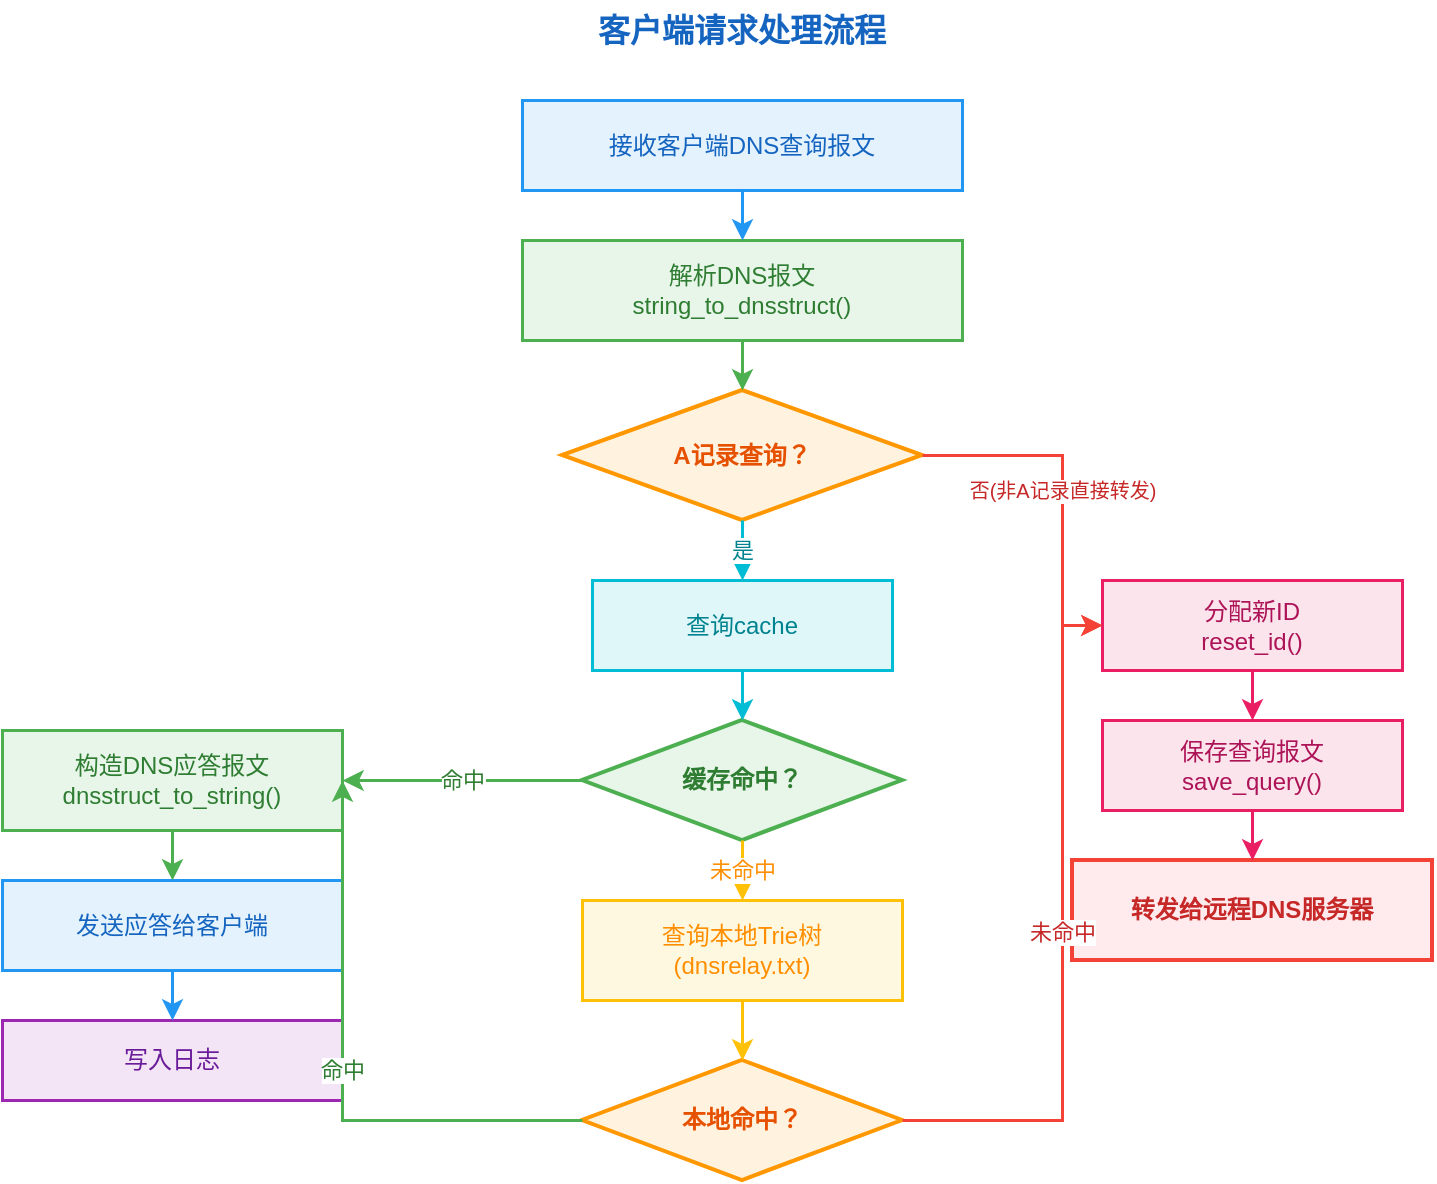
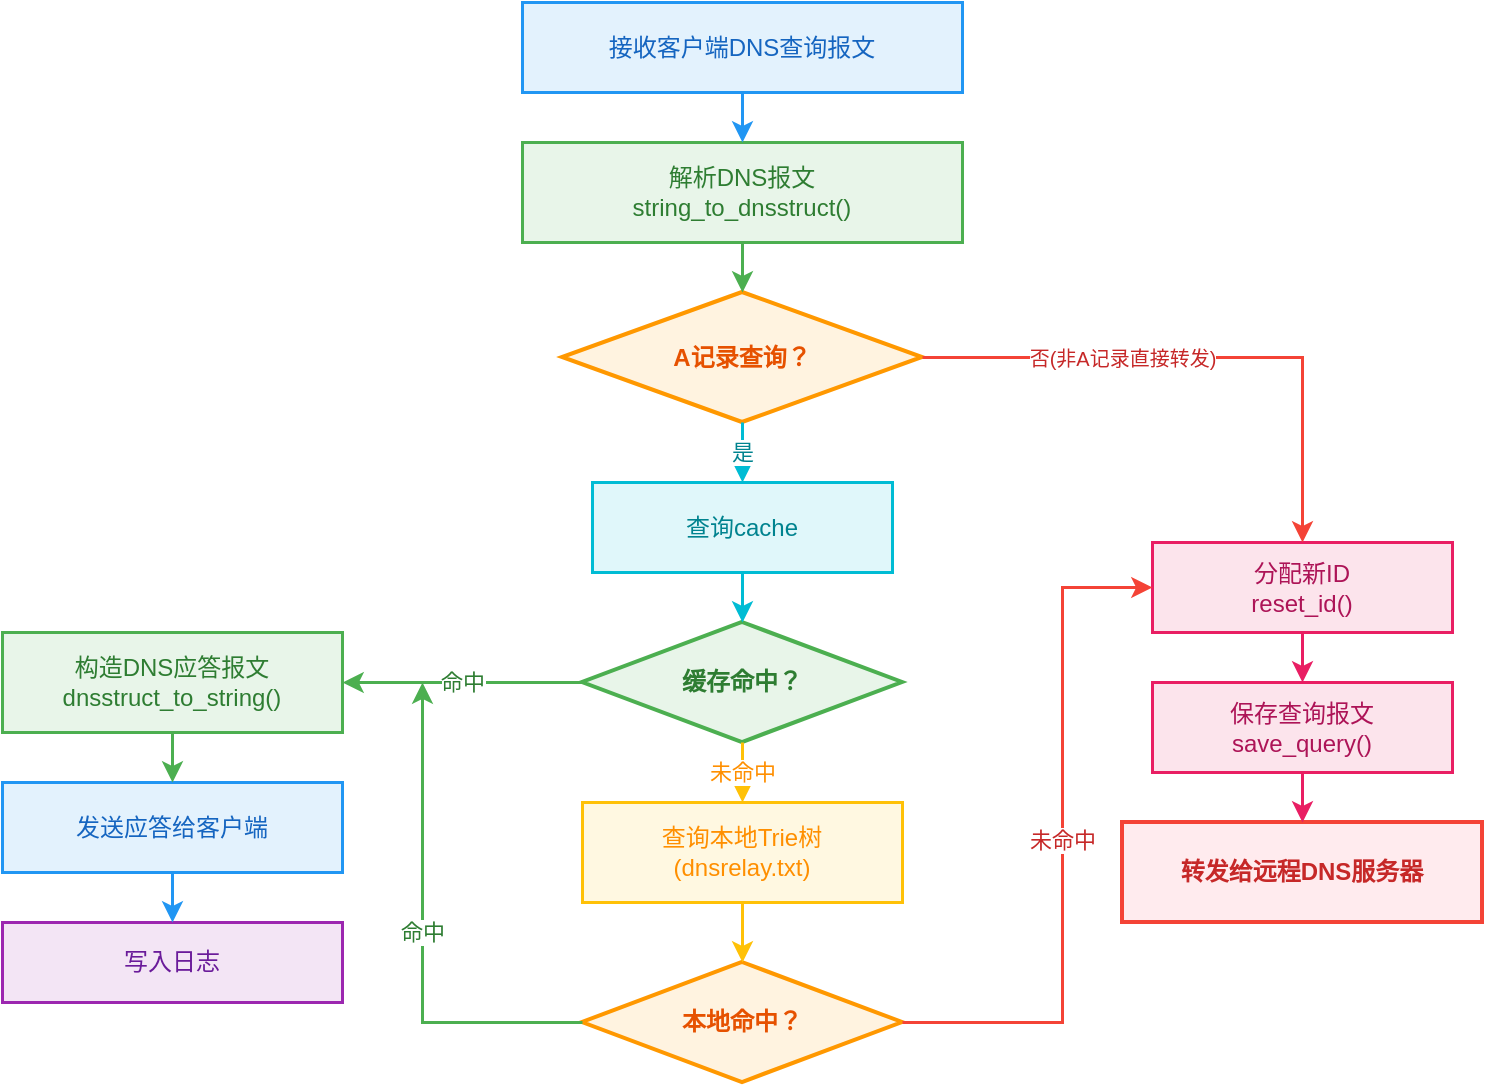
<mxfile host="app.diagrams.net">
  <diagram name="第 1 页" id="SkoqE08RwlAOn17_IyKS">
-     <mxGraphModel dx="975" dy="1765" grid="1" gridSize="10" guides="1" tooltips="1" connect="1" arrows="1" fold="1" page="1" pageScale="1" pageWidth="827" pageHeight="1169" math="0" shadow="0">
+     <mxGraphModel dx="1029" dy="629" grid="1" gridSize="10" guides="1" tooltips="1" connect="1" arrows="1" fold="1" page="1" pageScale="1" pageWidth="827" pageHeight="1169" math="0" shadow="0">
      <root>
        <mxCell id="0" />
        <mxCell id="1" parent="0" />
- 
-         <!-- 标题 -->
-         <mxCell id="L9odGmSbxvGLxKcXGjxZ-1" parent="1" style="text;html=1;strokeColor=none;fillColor=none;align=center;verticalAlign=middle;whiteSpace=wrap;rounded=0;fontSize=16;fontStyle=1;fontColor=#1565C0;" value="客户端请求处理流程" vertex="1">
-           <mxGeometry height="30" width="300" x="450" y="20" as="geometry" />
-         </mxCell>
- 
-         <!-- 主流程：中间列 -->
        <mxCell id="L9odGmSbxvGLxKcXGjxZ-2" parent="1" style="rounded=0;whiteSpace=wrap;html=1;fillColor=#E3F2FD;strokeColor=#2196F3;strokeWidth=1.5;fontColor=#1565C0;fontSize=12;" value="接收客户端DNS查询报文" vertex="1">
          <mxGeometry height="45" width="220" x="490" y="70" as="geometry" />
        </mxCell>
- 
        <mxCell id="L9odGmSbxvGLxKcXGjxZ-3" parent="1" style="rounded=0;whiteSpace=wrap;html=1;fillColor=#E8F5E9;strokeColor=#4CAF50;strokeWidth=1.5;fontColor=#2E7D32;fontSize=12;" value="解析DNS报文&#xa;string_to_dnsstruct()" vertex="1">
          <mxGeometry height="50" width="220" x="490" y="140" as="geometry" />
        </mxCell>
- 
        <mxCell id="L9odGmSbxvGLxKcXGjxZ-30" parent="1" style="rhombus;whiteSpace=wrap;html=1;fillColor=#FFF3E0;strokeColor=#FF9800;strokeWidth=2;fontColor=#E65100;fontSize=12;fontStyle=1;" value="A记录查询？" vertex="1">
          <mxGeometry height="65" width="180" x="510" y="215" as="geometry" />
        </mxCell>
- 
        <mxCell id="L9odGmSbxvGLxKcXGjxZ-56" parent="1" style="rounded=0;whiteSpace=wrap;html=1;fillColor=#E0F7FA;strokeColor=#00BCD4;strokeWidth=1.5;fontColor=#00838F;fontSize=12;" value="查询cache" vertex="1">
          <mxGeometry height="45" width="150" x="525" y="310" as="geometry" />
        </mxCell>
- 
        <mxCell id="L9odGmSbxvGLxKcXGjxZ-57" parent="1" style="rhombus;whiteSpace=wrap;html=1;fillColor=#E8F5E9;strokeColor=#4CAF50;strokeWidth=2;fontColor=#2E7D32;fontSize=12;fontStyle=1;" value="缓存命中？" vertex="1">
          <mxGeometry height="60" width="160" x="520" y="380" as="geometry" />
        </mxCell>
- 
        <mxCell id="L9odGmSbxvGLxKcXGjxZ-58" parent="1" style="rounded=0;whiteSpace=wrap;html=1;fillColor=#FFF8E1;strokeColor=#FFC107;strokeWidth=1.5;fontColor=#FF8F00;fontSize=12;" value="查询本地Trie树&#xa;(dnsrelay.txt)" vertex="1">
          <mxGeometry height="50" width="160" x="520" y="470" as="geometry" />
        </mxCell>
- 
        <mxCell id="L9odGmSbxvGLxKcXGjxZ-62" parent="1" style="rhombus;whiteSpace=wrap;html=1;fillColor=#FFF3E0;strokeColor=#FF9800;strokeWidth=2;fontColor=#E65100;fontSize=12;fontStyle=1;" value="本地命中？" vertex="1">
          <mxGeometry height="60" width="160" x="520" y="550" as="geometry" />
        </mxCell>
- 
-         <!-- 左列：命中分支 -->
        <mxCell id="L9odGmSbxvGLxKcXGjxZ-35" parent="1" style="rounded=0;whiteSpace=wrap;html=1;fillColor=#E8F5E9;strokeColor=#4CAF50;strokeWidth=1.5;fontColor=#2E7D32;fontSize=12;" value="构造DNS应答报文&#xa;dnsstruct_to_string()" vertex="1">
          <mxGeometry height="50" width="170" x="230" y="385" as="geometry" />
        </mxCell>
- 
        <mxCell id="L9odGmSbxvGLxKcXGjxZ-36" parent="1" style="rounded=0;whiteSpace=wrap;html=1;fillColor=#E3F2FD;strokeColor=#2196F3;strokeWidth=1.5;fontColor=#1565C0;fontSize=12;" value="发送应答给客户端" vertex="1">
          <mxGeometry height="45" width="170" x="230" y="460" as="geometry" />
        </mxCell>
- 
        <mxCell id="L9odGmSbxvGLxKcXGjxZ-37" parent="1" style="rounded=0;whiteSpace=wrap;html=1;fillColor=#F3E5F5;strokeColor=#9C27B0;strokeWidth=1.5;fontColor=#6A1B9A;fontSize=12;" value="写入日志" vertex="1">
          <mxGeometry height="40" width="170" x="230" y="530" as="geometry" />
        </mxCell>
- 
-         <!-- 右列：转发分支 -->
        <mxCell id="L9odGmSbxvGLxKcXGjxZ-38" parent="1" style="rounded=0;whiteSpace=wrap;html=1;fillColor=#FCE4EC;strokeColor=#E91E63;strokeWidth=1.5;fontColor=#AD1457;fontSize=12;" value="分配新ID&#xa;reset_id()" vertex="1">
-           <mxGeometry height="45" width="150" x="780" y="310" as="geometry" />
+           <mxGeometry height="45" width="150" x="805" y="340" as="geometry" />
        </mxCell>
- 
        <mxCell id="L9odGmSbxvGLxKcXGjxZ-39" parent="1" style="rounded=0;whiteSpace=wrap;html=1;fillColor=#FCE4EC;strokeColor=#E91E63;strokeWidth=1.5;fontColor=#AD1457;fontSize=12;" value="保存查询报文&#xa;save_query()" vertex="1">
-           <mxGeometry height="45" width="150" x="780" y="380" as="geometry" />
+           <mxGeometry height="45" width="150" x="805" y="410" as="geometry" />
        </mxCell>
- 
-         <!-- 新增：转发给远程DNS服务器 -->
        <mxCell id="forward_dns" parent="1" style="rounded=0;whiteSpace=wrap;html=1;fillColor=#FFEBEE;strokeColor=#F44336;strokeWidth=2;fontColor=#C62828;fontSize=12;fontStyle=1;" value="转发给远程DNS服务器" vertex="1">
-           <mxGeometry height="50" width="180" x="765" y="450" as="geometry" />
+           <mxGeometry height="50" width="180" x="790" y="480" as="geometry" />
        </mxCell>
- 
-         <!-- 连接线：主流程纵向 -->
-         <mxCell id="e1" edge="1" parent="1" source="L9odGmSbxvGLxKcXGjxZ-2" target="L9odGmSbxvGLxKcXGjxZ-3" style="edgeStyle=orthogonalEdgeStyle;rounded=0;orthogonalLoop=1;jettySize=auto;html=1;strokeColor=#2196F3;strokeWidth=1.5;endArrow=classic;endFill=1;">
+         <mxCell id="e1" edge="1" parent="1" source="L9odGmSbxvGLxKcXGjxZ-2" style="edgeStyle=orthogonalEdgeStyle;rounded=0;orthogonalLoop=1;jettySize=auto;html=1;strokeColor=#2196F3;strokeWidth=1.5;endArrow=classic;endFill=1;" target="L9odGmSbxvGLxKcXGjxZ-3">
          <mxGeometry relative="1" as="geometry" />
        </mxCell>
- 
-         <mxCell id="e2" edge="1" parent="1" source="L9odGmSbxvGLxKcXGjxZ-3" target="L9odGmSbxvGLxKcXGjxZ-30" style="edgeStyle=orthogonalEdgeStyle;rounded=0;orthogonalLoop=1;jettySize=auto;html=1;strokeColor=#4CAF50;strokeWidth=1.5;endArrow=classic;endFill=1;">
+         <mxCell id="e2" edge="1" parent="1" source="L9odGmSbxvGLxKcXGjxZ-3" style="edgeStyle=orthogonalEdgeStyle;rounded=0;orthogonalLoop=1;jettySize=auto;html=1;strokeColor=#4CAF50;strokeWidth=1.5;endArrow=classic;endFill=1;" target="L9odGmSbxvGLxKcXGjxZ-30">
          <mxGeometry relative="1" as="geometry" />
        </mxCell>
- 
-         <!-- A记录是 → 查询cache -->
-         <mxCell id="e3" edge="1" parent="1" source="L9odGmSbxvGLxKcXGjxZ-30" target="L9odGmSbxvGLxKcXGjxZ-56" style="edgeStyle=orthogonalEdgeStyle;rounded=0;orthogonalLoop=1;jettySize=auto;html=1;strokeColor=#00BCD4;strokeWidth=1.5;endArrow=classic;endFill=1;fontSize=11;fontColor=#00838F;" value="是">
+         <mxCell id="e3" edge="1" parent="1" source="L9odGmSbxvGLxKcXGjxZ-30" style="edgeStyle=orthogonalEdgeStyle;rounded=0;orthogonalLoop=1;jettySize=auto;html=1;strokeColor=#00BCD4;strokeWidth=1.5;endArrow=classic;endFill=1;fontSize=11;fontColor=#00838F;" target="L9odGmSbxvGLxKcXGjxZ-56" value="是">
          <mxGeometry relative="1" as="geometry" />
        </mxCell>
- 
-         <!-- A记录否 → 分配新ID（右路） -->
-         <mxCell id="e4" edge="1" parent="1" source="L9odGmSbxvGLxKcXGjxZ-30" target="L9odGmSbxvGLxKcXGjxZ-38" style="edgeStyle=orthogonalEdgeStyle;rounded=0;orthogonalLoop=1;jettySize=auto;html=1;strokeColor=#F44336;strokeWidth=1.5;endArrow=classic;endFill=1;fontSize=10;fontColor=#C62828;exitX=1;exitY=0.5;exitDx=0;exitDy=0;entryX=0;entryY=0.5;entryDx=0;entryDy=0;" value="否(非A记录直接转发)">
-           <mxGeometry relative="1" as="geometry">
+         <mxCell id="e4" edge="1" parent="1" source="L9odGmSbxvGLxKcXGjxZ-30" style="edgeStyle=orthogonalEdgeStyle;rounded=0;orthogonalLoop=1;jettySize=auto;html=1;strokeColor=#F44336;strokeWidth=1.5;endArrow=classic;endFill=1;fontSize=10;fontColor=#C62828;exitX=1;exitY=0.5;exitDx=0;exitDy=0;entryX=0.5;entryY=0;entryDx=0;entryDy=0;" target="L9odGmSbxvGLxKcXGjxZ-38" value="否(非A记录直接转发)">
+           <mxGeometry relative="1" x="-0.2919" as="geometry">
+             <mxPoint as="offset" />
            <Array as="points">
-               <mxPoint x="760" y="247" />
+               <mxPoint x="880" y="248" />
            </Array>
          </mxGeometry>
        </mxCell>
- 
-         <!-- 查询cache → 缓存命中？ -->
-         <mxCell id="e5" edge="1" parent="1" source="L9odGmSbxvGLxKcXGjxZ-56" target="L9odGmSbxvGLxKcXGjxZ-57" style="edgeStyle=orthogonalEdgeStyle;rounded=0;orthogonalLoop=1;jettySize=auto;html=1;strokeColor=#00BCD4;strokeWidth=1.5;endArrow=classic;endFill=1;">
+         <mxCell id="e5" edge="1" parent="1" source="L9odGmSbxvGLxKcXGjxZ-56" style="edgeStyle=orthogonalEdgeStyle;rounded=0;orthogonalLoop=1;jettySize=auto;html=1;strokeColor=#00BCD4;strokeWidth=1.5;endArrow=classic;endFill=1;" target="L9odGmSbxvGLxKcXGjxZ-57">
          <mxGeometry relative="1" as="geometry" />
        </mxCell>
- 
-         <!-- 缓存命中 → 构造应答（左路） -->
-         <mxCell id="e6" edge="1" parent="1" source="L9odGmSbxvGLxKcXGjxZ-57" target="L9odGmSbxvGLxKcXGjxZ-35" style="edgeStyle=orthogonalEdgeStyle;rounded=0;orthogonalLoop=1;jettySize=auto;html=1;strokeColor=#4CAF50;strokeWidth=1.5;endArrow=classic;endFill=1;fontSize=11;fontColor=#2E7D32;exitX=0;exitY=0.5;exitDx=0;exitDy=0;entryX=1;entryY=0.5;entryDx=0;entryDy=0;" value="命中">
+         <mxCell id="e6" edge="1" parent="1" source="L9odGmSbxvGLxKcXGjxZ-57" style="edgeStyle=orthogonalEdgeStyle;rounded=0;orthogonalLoop=1;jettySize=auto;html=1;strokeColor=#4CAF50;strokeWidth=1.5;endArrow=classic;endFill=1;fontSize=11;fontColor=#2E7D32;exitX=0;exitY=0.5;exitDx=0;exitDy=0;entryX=1;entryY=0.5;entryDx=0;entryDy=0;" target="L9odGmSbxvGLxKcXGjxZ-35" value="命中">
          <mxGeometry relative="1" as="geometry">
            <Array as="points">
              <mxPoint x="400" y="410" />
            </Array>
          </mxGeometry>
        </mxCell>
- 
-         <!-- 缓存未命中 → 查询本地Trie树 -->
-         <mxCell id="e7" edge="1" parent="1" source="L9odGmSbxvGLxKcXGjxZ-57" target="L9odGmSbxvGLxKcXGjxZ-58" style="edgeStyle=orthogonalEdgeStyle;rounded=0;orthogonalLoop=1;jettySize=auto;html=1;strokeColor=#FFC107;strokeWidth=1.5;endArrow=classic;endFill=1;fontSize=11;fontColor=#FF8F00;" value="未命中">
+         <mxCell id="e7" edge="1" parent="1" source="L9odGmSbxvGLxKcXGjxZ-57" style="edgeStyle=orthogonalEdgeStyle;rounded=0;orthogonalLoop=1;jettySize=auto;html=1;strokeColor=#FFC107;strokeWidth=1.5;endArrow=classic;endFill=1;fontSize=11;fontColor=#FF8F00;" target="L9odGmSbxvGLxKcXGjxZ-58" value="未命中">
          <mxGeometry relative="1" as="geometry" />
        </mxCell>
- 
-         <!-- 查询本地Trie树 → 本地命中？ -->
-         <mxCell id="e8" edge="1" parent="1" source="L9odGmSbxvGLxKcXGjxZ-58" target="L9odGmSbxvGLxKcXGjxZ-62" style="edgeStyle=orthogonalEdgeStyle;rounded=0;orthogonalLoop=1;jettySize=auto;html=1;strokeColor=#FFC107;strokeWidth=1.5;endArrow=classic;endFill=1;">
+         <mxCell id="e8" edge="1" parent="1" source="L9odGmSbxvGLxKcXGjxZ-58" style="edgeStyle=orthogonalEdgeStyle;rounded=0;orthogonalLoop=1;jettySize=auto;html=1;strokeColor=#FFC107;strokeWidth=1.5;endArrow=classic;endFill=1;" target="L9odGmSbxvGLxKcXGjxZ-62">
          <mxGeometry relative="1" as="geometry" />
        </mxCell>
- 
-         <!-- 本地命中 → 构造应答（左路） -->
-         <mxCell id="e9" edge="1" parent="1" source="L9odGmSbxvGLxKcXGjxZ-62" target="L9odGmSbxvGLxKcXGjxZ-35" style="edgeStyle=orthogonalEdgeStyle;rounded=0;orthogonalLoop=1;jettySize=auto;html=1;strokeColor=#4CAF50;strokeWidth=1.5;endArrow=classic;endFill=1;fontSize=11;fontColor=#2E7D32;exitX=0;exitY=0.5;exitDx=0;exitDy=0;entryX=1;entryY=0.5;entryDx=0;entryDy=0;" value="命中">
+         <mxCell id="e9" edge="1" parent="1" style="edgeStyle=orthogonalEdgeStyle;rounded=0;orthogonalLoop=1;jettySize=auto;html=1;strokeColor=#4CAF50;strokeWidth=1.5;endArrow=classic;endFill=1;fontSize=11;fontColor=#2E7D32;entryX=1;entryY=0.5;entryDx=0;entryDy=0;" value="命中">
          <mxGeometry relative="1" as="geometry">
            <Array as="points">
-               <mxPoint x="400" y="580" />
+               <mxPoint x="440" y="580" />
            </Array>
+             <mxPoint x="520" y="580" as="sourcePoint" />
+             <mxPoint x="440.0000000000002" y="410" as="targetPoint" />
          </mxGeometry>
        </mxCell>
- 
-         <!-- 本地未命中 → 分配新ID（右路） -->
-         <mxCell id="e10" edge="1" parent="1" source="L9odGmSbxvGLxKcXGjxZ-62" target="L9odGmSbxvGLxKcXGjxZ-38" style="edgeStyle=orthogonalEdgeStyle;rounded=0;orthogonalLoop=1;jettySize=auto;html=1;strokeColor=#F44336;strokeWidth=1.5;endArrow=classic;endFill=1;fontSize=11;fontColor=#C62828;exitX=1;exitY=0.5;exitDx=0;exitDy=0;entryX=0;entryY=0.5;entryDx=0;entryDy=0;" value="未命中">
+         <mxCell id="e10" edge="1" parent="1" source="L9odGmSbxvGLxKcXGjxZ-62" style="edgeStyle=orthogonalEdgeStyle;rounded=0;orthogonalLoop=1;jettySize=auto;html=1;strokeColor=#F44336;strokeWidth=1.5;endArrow=classic;endFill=1;fontSize=11;fontColor=#C62828;exitX=1;exitY=0.5;exitDx=0;exitDy=0;entryX=0;entryY=0.5;entryDx=0;entryDy=0;" target="L9odGmSbxvGLxKcXGjxZ-38" value="未命中">
          <mxGeometry relative="1" as="geometry">
            <Array as="points">
              <mxPoint x="760" y="580" />
            </Array>
          </mxGeometry>
        </mxCell>
- 
-         <!-- 左列纵向：构造应答 → 发送 → 写日志 -->
-         <mxCell id="e11" edge="1" parent="1" source="L9odGmSbxvGLxKcXGjxZ-35" target="L9odGmSbxvGLxKcXGjxZ-36" style="edgeStyle=orthogonalEdgeStyle;rounded=0;orthogonalLoop=1;jettySize=auto;html=1;strokeColor=#4CAF50;strokeWidth=1.5;endArrow=classic;endFill=1;">
+         <mxCell id="e11" edge="1" parent="1" source="L9odGmSbxvGLxKcXGjxZ-35" style="edgeStyle=orthogonalEdgeStyle;rounded=0;orthogonalLoop=1;jettySize=auto;html=1;strokeColor=#4CAF50;strokeWidth=1.5;endArrow=classic;endFill=1;" target="L9odGmSbxvGLxKcXGjxZ-36">
          <mxGeometry relative="1" as="geometry" />
        </mxCell>
- 
-         <mxCell id="e12" edge="1" parent="1" source="L9odGmSbxvGLxKcXGjxZ-36" target="L9odGmSbxvGLxKcXGjxZ-37" style="edgeStyle=orthogonalEdgeStyle;rounded=0;orthogonalLoop=1;jettySize=auto;html=1;strokeColor=#2196F3;strokeWidth=1.5;endArrow=classic;endFill=1;">
+         <mxCell id="e12" edge="1" parent="1" source="L9odGmSbxvGLxKcXGjxZ-36" style="edgeStyle=orthogonalEdgeStyle;rounded=0;orthogonalLoop=1;jettySize=auto;html=1;strokeColor=#2196F3;strokeWidth=1.5;endArrow=classic;endFill=1;" target="L9odGmSbxvGLxKcXGjxZ-37">
          <mxGeometry relative="1" as="geometry" />
        </mxCell>
- 
-         <!-- 右列纵向：分配ID → 保存 → 转发 -->
-         <mxCell id="e13" edge="1" parent="1" source="L9odGmSbxvGLxKcXGjxZ-38" target="L9odGmSbxvGLxKcXGjxZ-39" style="edgeStyle=orthogonalEdgeStyle;rounded=0;orthogonalLoop=1;jettySize=auto;html=1;strokeColor=#E91E63;strokeWidth=1.5;endArrow=classic;endFill=1;">
+         <mxCell id="e13" edge="1" parent="1" source="L9odGmSbxvGLxKcXGjxZ-38" style="edgeStyle=orthogonalEdgeStyle;rounded=0;orthogonalLoop=1;jettySize=auto;html=1;strokeColor=#E91E63;strokeWidth=1.5;endArrow=classic;endFill=1;" target="L9odGmSbxvGLxKcXGjxZ-39">
          <mxGeometry relative="1" as="geometry" />
        </mxCell>
- 
-         <mxCell id="e14" edge="1" parent="1" source="L9odGmSbxvGLxKcXGjxZ-39" target="forward_dns" style="edgeStyle=orthogonalEdgeStyle;rounded=0;orthogonalLoop=1;jettySize=auto;html=1;strokeColor=#E91E63;strokeWidth=1.5;endArrow=classic;endFill=1;">
+         <mxCell id="e14" edge="1" parent="1" source="L9odGmSbxvGLxKcXGjxZ-39" style="edgeStyle=orthogonalEdgeStyle;rounded=0;orthogonalLoop=1;jettySize=auto;html=1;strokeColor=#E91E63;strokeWidth=1.5;endArrow=classic;endFill=1;" target="forward_dns">
          <mxGeometry relative="1" as="geometry" />
        </mxCell>
- 
      </root>
    </mxGraphModel>
  </diagram>
</mxfile>
